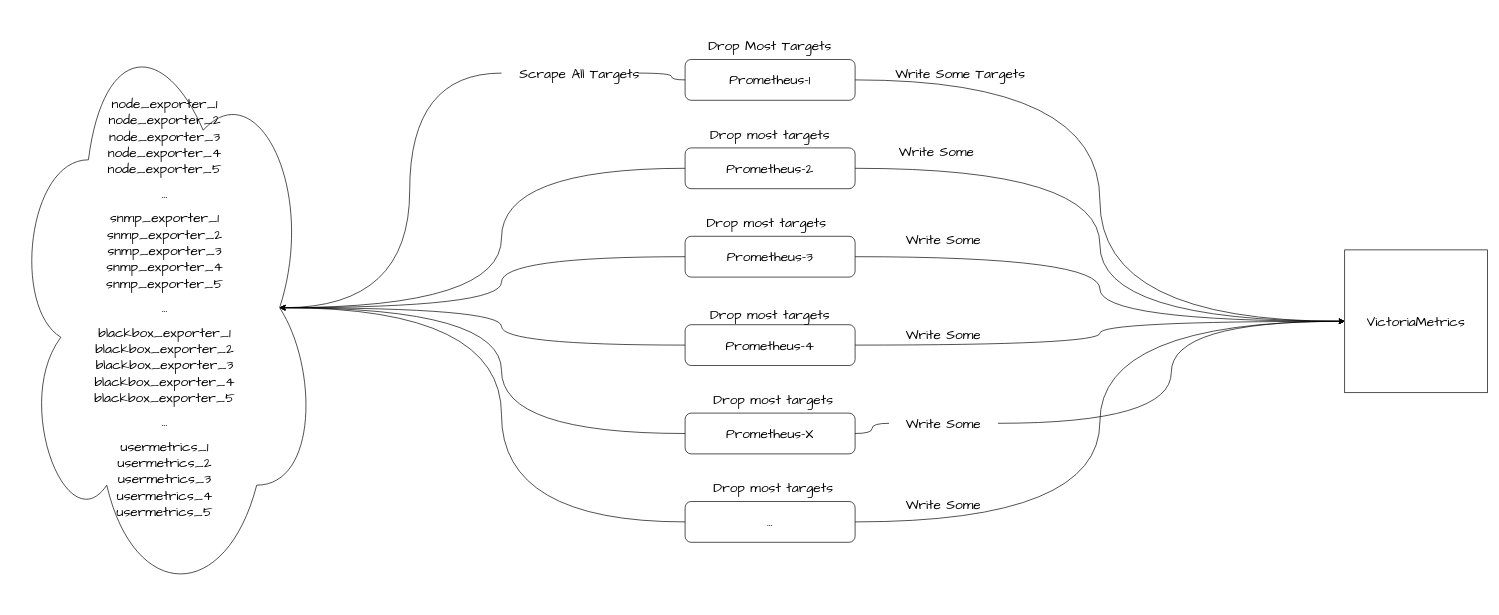
Above: 未命名绘图.drawio in mazikai002/huashan (draw.io), before the change. Source tidied: cells renumbered, new cells numbered last; positions are measured from the earlier drawing's top-left corner, leaving out a move shared by most shapes. Both pictures are drawn from the tidied source at 68%, with x=0, y=0 at pixel (12, 12).
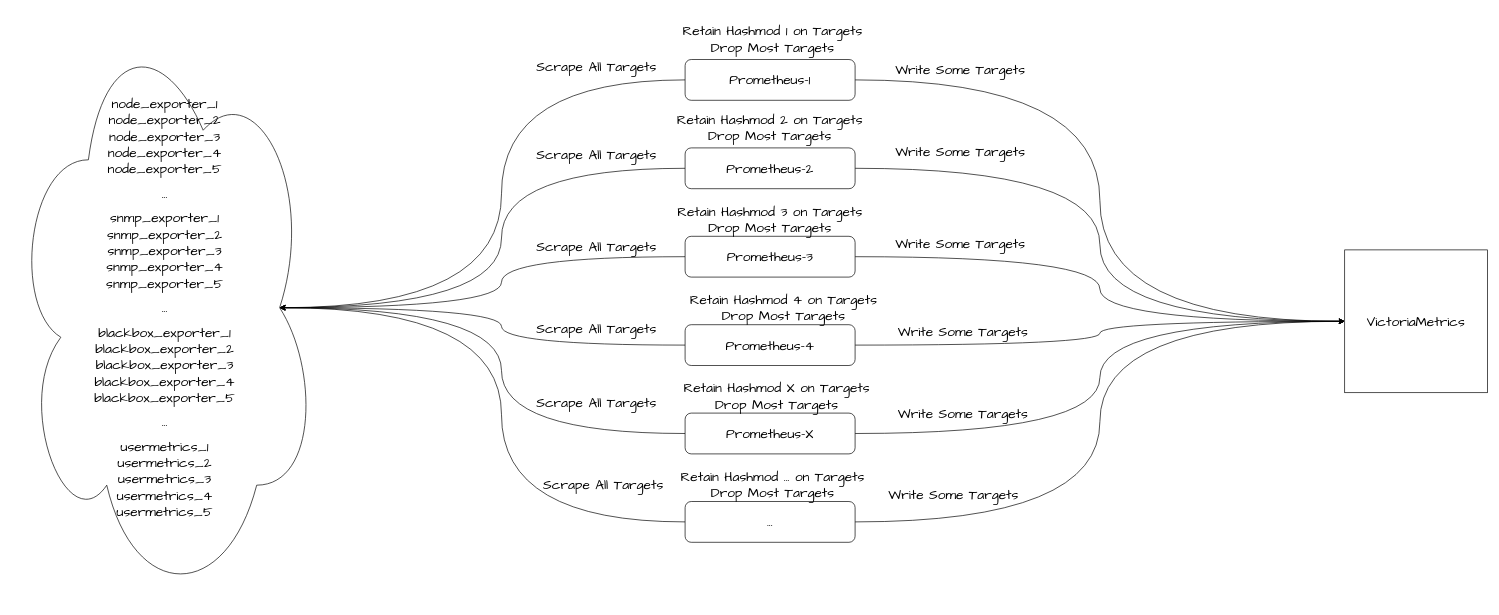
Above is the later version.

Commit message:
更新未命名绘图.drawio

The change refers to these unchanged cells:
```xml
<mxCell id="2" value="&lt;p&gt;&lt;span style=&quot;font-family: &amp;quot;Comic Sans MS&amp;quot;; font-size: 20px;&quot;&gt;node&lt;/span&gt;&lt;span style=&quot;background-color: initial; font-family: &amp;quot;Comic Sans MS&amp;quot;; font-size: 20px;&quot;&gt;_exporter_1&lt;/span&gt;&lt;span style=&quot;font-family: &amp;quot;Comic Sans MS&amp;quot;; font-size: 20px;&quot;&gt;&lt;br&gt;&lt;/span&gt;&lt;span style=&quot;font-family: &amp;quot;Comic Sans MS&amp;quot;; font-size: 20px;&quot;&gt;node&lt;/span&gt;&lt;span style=&quot;background-color: initial; font-family: &amp;quot;Comic Sans MS&amp;quot;; font-size: 20px;&quot;&gt;_exporter_2&lt;/span&gt;&lt;span style=&quot;background-color: initial; font-family: &amp;quot;Comic Sans MS&amp;quot;; font-size: 20px;&quot;&gt;&lt;br&gt;&lt;/span&gt;&lt;span style=&quot;font-family: &amp;quot;Comic Sans MS&amp;quot;; font-size: 20px;&quot;&gt;node&lt;/span&gt;&lt;span style=&quot;background-color: initial; font-family: &amp;quot;Comic Sans MS&amp;quot;; font-size: 20px;&quot;&gt;_exporter_3&lt;/span&gt;&lt;span style=&quot;font-family: &amp;quot;Comic Sans MS&amp;quot;; font-size: 20px;&quot;&gt;&lt;br&gt;&lt;/span&gt;&lt;span style=&quot;font-family: &amp;quot;Comic Sans MS&amp;quot;; font-size: 20px;&quot;&gt;node&lt;/span&gt;&lt;span style=&quot;background-color: initial; font-family: &amp;quot;Comic Sans MS&amp;quot;; font-size: 20px;&quot;&gt;_exporter&lt;/span&gt;&lt;span style=&quot;font-family: &amp;quot;Comic Sans MS&amp;quot;; font-size: 20px;&quot;&gt;_4&lt;/span&gt;&lt;span style=&quot;font-family: &amp;quot;Comic Sans MS&amp;quot;; font-size: 20px;&quot;&gt;&lt;br&gt;&lt;/span&gt;&lt;span style=&quot;font-family: &amp;quot;Comic Sans MS&amp;quot;; font-size: 20px;&quot;&gt;node&lt;/span&gt;&lt;span style=&quot;background-color: initial; font-family: &amp;quot;Comic Sans MS&amp;quot;; font-size: 20px;&quot;&gt;_exporter_5&lt;/span&gt;&lt;/p&gt;&lt;p&gt;&lt;span style=&quot;background-color: initial; font-family: &amp;quot;Comic Sans MS&amp;quot;; font-size: 20px;&quot;&gt;...&lt;/span&gt;&lt;/p&gt;&lt;p&gt;&lt;span style=&quot;font-family: &amp;quot;Comic Sans MS&amp;quot;; font-size: 20px;&quot;&gt;snmp&lt;/span&gt;&lt;span style=&quot;background-color: initial; font-family: &amp;quot;Comic Sans MS&amp;quot;; font-size: 20px;&quot;&gt;_exporter_1&lt;/span&gt;&lt;span style=&quot;font-family: &amp;quot;Comic Sans MS&amp;quot;; font-size: 20px;&quot;&gt;&lt;br&gt;&lt;/span&gt;&lt;span style=&quot;font-family: &amp;quot;Comic Sans MS&amp;quot;; font-size: 20px;&quot;&gt;snmp&lt;/span&gt;&lt;span style=&quot;background-color: initial; font-family: &amp;quot;Comic Sans MS&amp;quot;; font-size: 20px;&quot;&gt;_exporter_2&lt;/span&gt;&lt;span style=&quot;background-color: initial; font-family: &amp;quot;Comic Sans MS&amp;quot;; font-size: 20px;&quot;&gt;&lt;br&gt;&lt;/span&gt;&lt;span style=&quot;font-family: &amp;quot;Comic Sans MS&amp;quot;; font-size: 20px;&quot;&gt;snmp&lt;/span&gt;&lt;span style=&quot;background-color: initial; font-family: &amp;quot;Comic Sans MS&amp;quot;; font-size: 20px;&quot;&gt;_exporter_3&lt;/span&gt;&lt;span style=&quot;font-family: &amp;quot;Comic Sans MS&amp;quot;; font-size: 20px;&quot;&gt;&lt;br&gt;&lt;/span&gt;&lt;span style=&quot;font-family: &amp;quot;Comic Sans MS&amp;quot;; font-size: 20px;&quot;&gt;snmp&lt;/span&gt;&lt;span style=&quot;background-color: initial; font-family: &amp;quot;Comic Sans MS&amp;quot;; font-size: 20px;&quot;&gt;_exporter_4&lt;/span&gt;&lt;span style=&quot;font-family: &amp;quot;Comic Sans MS&amp;quot;; font-size: 20px;&quot;&gt;&lt;br&gt;&lt;/span&gt;&lt;span style=&quot;font-family: &amp;quot;Comic Sans MS&amp;quot;; font-size: 20px;&quot;&gt;snmp&lt;/span&gt;&lt;span style=&quot;background-color: initial; font-family: &amp;quot;Comic Sans MS&amp;quot;; font-size: 20px;&quot;&gt;_exporter_5&lt;/span&gt;&lt;br&gt;&lt;/p&gt;&lt;p&gt;&lt;span style=&quot;font-family: &amp;quot;Comic Sans MS&amp;quot;; font-size: 20px;&quot;&gt;...&lt;/span&gt;&lt;br&gt;&lt;/p&gt;&lt;p&gt;&lt;/p&gt;&lt;span style=&quot;font-family: &amp;quot;Comic Sans MS&amp;quot;; font-size: 20px;&quot;&gt;blackbox&lt;/span&gt;&lt;span style=&quot;font-family: &amp;quot;Comic Sans MS&amp;quot;; font-size: 20px; background-color: initial;&quot;&gt;_exporter_1&lt;/span&gt;&lt;span style=&quot;font-family: &amp;quot;Comic Sans MS&amp;quot;; font-size: 20px;&quot;&gt;&lt;br&gt;&lt;/span&gt;&lt;span style=&quot;font-family: &amp;quot;Comic Sans MS&amp;quot;; font-size: 20px;&quot;&gt;blackbox&lt;/span&gt;&lt;span style=&quot;font-family: &amp;quot;Comic Sans MS&amp;quot;; font-size: 20px; background-color: initial;&quot;&gt;_exporter_2&lt;br&gt;&lt;/span&gt;&lt;span style=&quot;font-family: &amp;quot;Comic Sans MS&amp;quot;; font-size: 20px;&quot;&gt;blackbox&lt;/span&gt;&lt;span style=&quot;background-color: initial; font-family: &amp;quot;Comic Sans MS&amp;quot;; font-size: 20px;&quot;&gt;_exporter_3&lt;/span&gt;&lt;span style=&quot;font-family: &amp;quot;Comic Sans MS&amp;quot;; font-size: 20px;&quot;&gt;&lt;br&gt;&lt;/span&gt;&lt;span style=&quot;font-family: &amp;quot;Comic Sans MS&amp;quot;; font-size: 20px;&quot;&gt;blackbox&lt;/span&gt;&lt;span style=&quot;background-color: initial; font-family: &amp;quot;Comic Sans MS&amp;quot;; font-size: 20px;&quot;&gt;_exporter_4&lt;/span&gt;&lt;span style=&quot;font-family: &amp;quot;Comic Sans MS&amp;quot;; font-size: 20px;&quot;&gt;&lt;br&gt;&lt;/span&gt;&lt;span style=&quot;font-family: &amp;quot;Comic Sans MS&amp;quot;; font-size: 20px;&quot;&gt;blackbox&lt;/span&gt;&lt;span style=&quot;background-color: initial; font-family: &amp;quot;Comic Sans MS&amp;quot;; font-size: 20px;&quot;&gt;_exporter_5&lt;/span&gt;&lt;span style=&quot;font-family: &amp;quot;Comic Sans MS&amp;quot;; font-size: 20px;&quot;&gt;&lt;br&gt;&lt;/span&gt;&lt;p&gt;&lt;span style=&quot;font-family: &amp;quot;Comic Sans MS&amp;quot;; font-size: 20px;&quot;&gt;...&lt;/span&gt;&lt;br&gt;&lt;/p&gt;&lt;p&gt;&lt;span style=&quot;background-color: initial; font-family: &amp;quot;Comic Sans MS&amp;quot;; font-size: 20px;&quot;&gt;usermetrics_1&lt;/span&gt;&lt;span style=&quot;font-family: &amp;quot;Comic Sans MS&amp;quot;; font-size: 20px;&quot;&gt;&lt;br&gt;&lt;/span&gt;&lt;span style=&quot;font-family: &amp;quot;Comic Sans MS&amp;quot;; font-size: 20px;&quot;&gt;usermetrics&lt;/span&gt;&lt;span style=&quot;background-color: initial; font-family: &amp;quot;Comic Sans MS&amp;quot;; font-size: 20px;&quot;&gt;_2&lt;br&gt;&lt;/span&gt;&lt;span style=&quot;font-family: &amp;quot;Comic Sans MS&amp;quot;; font-size: 20px;&quot;&gt;usermetrics&lt;/span&gt;&lt;span style=&quot;background-color: initial; font-family: &amp;quot;Comic Sans MS&amp;quot;; font-size: 20px;&quot;&gt;_3&lt;/span&gt;&lt;span style=&quot;font-family: &amp;quot;Comic Sans MS&amp;quot;; font-size: 20px;&quot;&gt;&lt;br&gt;&lt;/span&gt;&lt;span style=&quot;font-family: &amp;quot;Comic Sans MS&amp;quot;; font-size: 20px;&quot;&gt;usermetrics&lt;/span&gt;&lt;span style=&quot;background-color: initial; font-family: &amp;quot;Comic Sans MS&amp;quot;; font-size: 20px;&quot;&gt;_4&lt;/span&gt;&lt;span style=&quot;font-family: &amp;quot;Comic Sans MS&amp;quot;; font-size: 20px;&quot;&gt;&lt;br&gt;&lt;/span&gt;&lt;span style=&quot;font-family: &amp;quot;Comic Sans MS&amp;quot;; font-size: 20px;&quot;&gt;usermetrics&lt;/span&gt;&lt;span style=&quot;background-color: initial; font-family: &amp;quot;Comic Sans MS&amp;quot;; font-size: 20px;&quot;&gt;_5&lt;/span&gt;&lt;br&gt;&lt;/p&gt;" style="ellipse;shape=cloud;whiteSpace=wrap;html=1;" parent="1" vertex="1">
  <mxGeometry width="450" height="870" as="geometry" />
</mxCell>
<mxCell id="5" value="Prometheus-1" style="rounded=1;whiteSpace=wrap;html=1;fontFamily=Comic Sans MS;fontSize=20;" parent="1" vertex="1">
  <mxGeometry x="990" y="70" width="250" height="60" as="geometry" />
</mxCell>
<mxCell id="17" value="Prometheus-X" style="rounded=1;whiteSpace=wrap;html=1;fontFamily=Comic Sans MS;fontSize=20;" parent="1" vertex="1">
  <mxGeometry x="990" y="590" width="250" height="60" as="geometry" />
</mxCell>
<mxCell id="21" value="VictoriaMetrics" style="whiteSpace=wrap;html=1;fontFamily=Comic Sans MS;fontSize=20;" parent="1" vertex="1">
  <mxGeometry x="1960" y="350" width="210" height="210" as="geometry" />
</mxCell>
```

The edit, as a diff of the source:
```diff
@@
-    <mxCell id="4" style="edgeStyle=orthogonalEdgeStyle;curved=1;rounded=0;jettySize=auto;html=1;exitX=0;exitY=0.5;exitDx=0;exitDy=0;entryX=0.875;entryY=0.5;entryDx=0;entryDy=0;entryPerimeter=0;fontFamily=Comic Sans MS;fontSize=20;startArrow=none;" parent="1" edge="1" source="35" target="2">
-      <mxGeometry relative="1" as="geometry" />
-    </mxCell>
+    <mxCell id="37" style="edgeStyle=orthogonalEdgeStyle;curved=1;rounded=0;jettySize=auto;html=1;exitX=0;exitY=0.5;exitDx=0;exitDy=0;entryX=0.875;entryY=0.5;entryDx=0;entryDy=0;entryPerimeter=0;fontFamily=Comic Sans MS;fontSize=20;" parent="1" edge="1" source="5" target="2">
+      <mxGeometry relative="1" as="geometry" />
+    </mxCell>
@@
-    <mxCell id="15" style="edgeStyle=orthogonalEdgeStyle;curved=1;rounded=0;jettySize=auto;html=1;exitX=1;exitY=0.5;exitDx=0;exitDy=0;entryX=0;entryY=0.5;entryDx=0;entryDy=0;fontFamily=Comic Sans MS;fontSize=20;startArrow=none;" parent="1" edge="1" source="32" target="21">
-      <mxGeometry relative="1" as="geometry" />
-    </mxCell>
@@
+    <mxCell id="38" style="edgeStyle=orthogonalEdgeStyle;curved=1;rounded=0;jettySize=auto;html=1;exitX=1;exitY=0.5;exitDx=0;exitDy=0;entryX=0;entryY=0.5;entryDx=0;entryDy=0;fontFamily=Comic Sans MS;fontSize=20;" parent="1" edge="1" source="17" target="21">
+      <mxGeometry relative="1" as="geometry" />
+    </mxCell>
@@
     <mxCell id="22" value="Write Some Targets" style="text;html=1;strokeColor=none;fillColor=none;align=center;verticalAlign=middle;whiteSpace=wrap;rounded=0;fontFamily=Comic Sans MS;fontSize=20;" parent="1" vertex="1">
-      <mxGeometry x="1270" y="70" width="250" height="40" as="geometry" />
+      <mxGeometry x="1270" y="75" width="250" height="20" as="geometry" />
     </mxCell>
-    <mxCell id="23" value="Drop Most Targets" style="text;html=1;strokeColor=none;fillColor=none;align=center;verticalAlign=middle;whiteSpace=wrap;rounded=0;fontFamily=Comic Sans MS;fontSize=20;" parent="1" vertex="1">
-      <mxGeometry x="1005" y="40" width="220" height="20" as="geometry" />
+    <mxCell id="23" value="&lt;div style=&quot;text-align: left;&quot;&gt;&lt;/div&gt;Retain Hashmod 1 on Targets&lt;br&gt;Drop Most Targets" style="text;html=1;strokeColor=none;fillColor=none;align=center;verticalAlign=middle;whiteSpace=wrap;rounded=0;fontFamily=Comic Sans MS;fontSize=20;" parent="1" vertex="1">
+      <mxGeometry x="964" y="15" width="310" height="50" as="geometry" />
     </mxCell>
-    <mxCell id="24" value="Drop most targets" style="text;html=1;strokeColor=none;fillColor=none;align=center;verticalAlign=middle;whiteSpace=wrap;rounded=0;fontFamily=Comic Sans MS;fontSize=20;" parent="1" vertex="1">
-      <mxGeometry x="1005" y="170" width="220" height="20" as="geometry" />
-    </mxCell>
-    <mxCell id="25" value="Drop most targets" style="text;html=1;strokeColor=none;fillColor=none;align=center;verticalAlign=middle;whiteSpace=wrap;rounded=0;fontFamily=Comic Sans MS;fontSize=20;" parent="1" vertex="1">
-      <mxGeometry x="1000" y="300" width="220" height="20" as="geometry" />
-    </mxCell>
-    <mxCell id="26" value="Drop most targets" style="text;html=1;strokeColor=none;fillColor=none;align=center;verticalAlign=middle;whiteSpace=wrap;rounded=0;fontFamily=Comic Sans MS;fontSize=20;" parent="1" vertex="1">
-      <mxGeometry x="1005" y="435" width="220" height="20" as="geometry" />
-    </mxCell>
-    <mxCell id="27" value="Drop most targets" style="text;html=1;strokeColor=none;fillColor=none;align=center;verticalAlign=middle;whiteSpace=wrap;rounded=0;fontFamily=Comic Sans MS;fontSize=20;" parent="1" vertex="1">
-      <mxGeometry x="1010" y="560" width="220" height="20" as="geometry" />
-    </mxCell>
-    <mxCell id="28" value="Drop most targets" style="text;html=1;strokeColor=none;fillColor=none;align=center;verticalAlign=middle;whiteSpace=wrap;rounded=0;fontFamily=Comic Sans MS;fontSize=20;" parent="1" vertex="1">
-      <mxGeometry x="1010" y="690" width="220" height="20" as="geometry" />
-    </mxCell>
-    <mxCell id="29" value="Write Some" style="text;html=1;strokeColor=none;fillColor=none;align=center;verticalAlign=middle;whiteSpace=wrap;rounded=0;fontFamily=Comic Sans MS;fontSize=20;" parent="1" vertex="1">
-      <mxGeometry x="1280" y="190" width="160" height="30" as="geometry" />
-    </mxCell>
-    <mxCell id="30" value="Write Some" style="text;html=1;strokeColor=none;fillColor=none;align=center;verticalAlign=middle;whiteSpace=wrap;rounded=0;fontFamily=Comic Sans MS;fontSize=20;" parent="1" vertex="1">
-      <mxGeometry x="1290" y="320" width="160" height="30" as="geometry" />
-    </mxCell>
-    <mxCell id="31" value="Write Some" style="text;html=1;strokeColor=none;fillColor=none;align=center;verticalAlign=middle;whiteSpace=wrap;rounded=0;fontFamily=Comic Sans MS;fontSize=20;" parent="1" vertex="1">
-      <mxGeometry x="1290" y="460" width="160" height="30" as="geometry" />
-    </mxCell>
-    <mxCell id="32" value="Write Some" style="text;html=1;strokeColor=none;fillColor=none;align=center;verticalAlign=middle;whiteSpace=wrap;rounded=0;fontFamily=Comic Sans MS;fontSize=20;" parent="1" vertex="1">
-      <mxGeometry x="1290" y="590" width="160" height="30" as="geometry" />
-    </mxCell>
-    <mxCell id="33" style="edgeStyle=orthogonalEdgeStyle;curved=1;rounded=0;jettySize=auto;html=1;exitX=1;exitY=0.5;exitDx=0;exitDy=0;entryX=0;entryY=0.5;entryDx=0;entryDy=0;fontFamily=Comic Sans MS;fontSize=20;endArrow=none;" parent="1" edge="1" source="17" target="32">
-      <mxGeometry relative="1" as="geometry" />
-    </mxCell>
-    <mxCell id="34" value="Write Some" style="text;html=1;strokeColor=none;fillColor=none;align=center;verticalAlign=middle;whiteSpace=wrap;rounded=0;fontFamily=Comic Sans MS;fontSize=20;" parent="1" vertex="1">
-      <mxGeometry x="1290" y="710" width="160" height="30" as="geometry" />
-    </mxCell>
-    <mxCell id="35" value="Scrape All Targets" style="text;html=1;strokeColor=none;fillColor=none;align=center;verticalAlign=middle;whiteSpace=wrap;rounded=0;fontFamily=Comic Sans MS;fontSize=20;" parent="1" vertex="1">
-      <mxGeometry x="720" y="80" width="230" height="20" as="geometry" />
-    </mxCell>
-    <mxCell id="36" style="edgeStyle=orthogonalEdgeStyle;curved=1;rounded=0;jettySize=auto;html=1;exitX=0;exitY=0.5;exitDx=0;exitDy=0;entryX=0.875;entryY=0.5;entryDx=0;entryDy=0;entryPerimeter=0;fontFamily=Comic Sans MS;fontSize=20;endArrow=none;" parent="1" edge="1" source="5" target="35">
-      <mxGeometry relative="1" as="geometry" />
-    </mxCell>
+    <mxCell id="39" style="edgeStyle=orthogonalEdgeStyle;curved=1;rounded=0;orthogonalLoop=1;jettySize=auto;html=1;exitX=0.5;exitY=1;exitDx=0;exitDy=0;fontFamily=Comic Sans MS;fontSize=20;" parent="1" edge="1" source="22" target="22">
+      <mxGeometry relative="1" as="geometry" />
+    </mxCell>
+    <mxCell id="40" value="Write Some Targets" style="text;html=1;strokeColor=none;fillColor=none;align=center;verticalAlign=middle;whiteSpace=wrap;rounded=0;fontFamily=Comic Sans MS;fontSize=20;" parent="1" vertex="1">
+      <mxGeometry x="1270" y="195" width="250" height="20" as="geometry" />
+    </mxCell>
+    <mxCell id="41" value="Write Some Targets" style="text;html=1;strokeColor=none;fillColor=none;align=center;verticalAlign=middle;whiteSpace=wrap;rounded=0;fontFamily=Comic Sans MS;fontSize=20;" parent="1" vertex="1">
+      <mxGeometry x="1270" y="330" width="250" height="20" as="geometry" />
+    </mxCell>
+    <mxCell id="42" value="Write Some Targets" style="text;html=1;strokeColor=none;fillColor=none;align=center;verticalAlign=middle;whiteSpace=wrap;rounded=0;fontFamily=Comic Sans MS;fontSize=20;" parent="1" vertex="1">
+      <mxGeometry x="1274" y="460" width="250" height="20" as="geometry" />
+    </mxCell>
+    <mxCell id="43" value="Write Some Targets" style="text;html=1;strokeColor=none;fillColor=none;align=center;verticalAlign=middle;whiteSpace=wrap;rounded=0;fontFamily=Comic Sans MS;fontSize=20;" parent="1" vertex="1">
+      <mxGeometry x="1274" y="580" width="250" height="20" as="geometry" />
+    </mxCell>
+    <mxCell id="44" value="Write Some Targets" style="text;html=1;strokeColor=none;fillColor=none;align=center;verticalAlign=middle;whiteSpace=wrap;rounded=0;fontFamily=Comic Sans MS;fontSize=20;" parent="1" vertex="1">
+      <mxGeometry x="1260" y="700" width="250" height="20" as="geometry" />
+    </mxCell>
+    <mxCell id="45" value="Scrape All Targets" style="text;html=1;strokeColor=none;fillColor=none;align=center;verticalAlign=middle;whiteSpace=wrap;rounded=0;fontFamily=Comic Sans MS;fontSize=20;rotation=0;" parent="1" vertex="1">
+      <mxGeometry x="760" y="65" width="200" height="30" as="geometry" />
+    </mxCell>
+    <mxCell id="46" value="Scrape All Targets" style="text;html=1;strokeColor=none;fillColor=none;align=center;verticalAlign=middle;whiteSpace=wrap;rounded=0;fontFamily=Comic Sans MS;fontSize=20;rotation=0;" parent="1" vertex="1">
+      <mxGeometry x="760" y="195" width="200" height="30" as="geometry" />
+    </mxCell>
+    <mxCell id="47" value="Scrape All Targets" style="text;html=1;strokeColor=none;fillColor=none;align=center;verticalAlign=middle;whiteSpace=wrap;rounded=0;fontFamily=Comic Sans MS;fontSize=20;rotation=0;" parent="1" vertex="1">
+      <mxGeometry x="760" y="330" width="200" height="30" as="geometry" />
+    </mxCell>
+    <mxCell id="48" value="Scrape All Targets" style="text;html=1;strokeColor=none;fillColor=none;align=center;verticalAlign=middle;whiteSpace=wrap;rounded=0;fontFamily=Comic Sans MS;fontSize=20;rotation=0;" parent="1" vertex="1">
+      <mxGeometry x="760" y="450" width="200" height="30" as="geometry" />
+    </mxCell>
+    <mxCell id="49" value="Scrape All Targets" style="text;html=1;strokeColor=none;fillColor=none;align=center;verticalAlign=middle;whiteSpace=wrap;rounded=0;fontFamily=Comic Sans MS;fontSize=20;rotation=0;" parent="1" vertex="1">
+      <mxGeometry x="760" y="560" width="200" height="30" as="geometry" />
+    </mxCell>
+    <mxCell id="50" value="Scrape All Targets" style="text;html=1;strokeColor=none;fillColor=none;align=center;verticalAlign=middle;whiteSpace=wrap;rounded=0;fontFamily=Comic Sans MS;fontSize=20;rotation=0;" parent="1" vertex="1">
+      <mxGeometry x="770" y="680" width="200" height="30" as="geometry" />
+    </mxCell>
+    <mxCell id="51" style="edgeStyle=orthogonalEdgeStyle;curved=1;rounded=0;orthogonalLoop=1;jettySize=auto;html=1;exitX=0.5;exitY=1;exitDx=0;exitDy=0;fontFamily=Comic Sans MS;fontSize=20;" parent="1" edge="1" source="42" target="42">
+      <mxGeometry relative="1" as="geometry" />
+    </mxCell>
+    <mxCell id="52" value="&lt;div style=&quot;text-align: left;&quot;&gt;&lt;/div&gt;Retain Hashmod 2 on Targets&lt;br&gt;Drop Most Targets" style="text;html=1;strokeColor=none;fillColor=none;align=center;verticalAlign=middle;whiteSpace=wrap;rounded=0;fontFamily=Comic Sans MS;fontSize=20;" parent="1" vertex="1">
+      <mxGeometry x="960" y="145" width="310" height="50" as="geometry" />
+    </mxCell>
+    <mxCell id="53" value="&lt;div style=&quot;text-align: left;&quot;&gt;&lt;/div&gt;Retain Hashmod 3 on Targets&lt;br&gt;Drop Most Targets" style="text;html=1;strokeColor=none;fillColor=none;align=center;verticalAlign=middle;whiteSpace=wrap;rounded=0;fontFamily=Comic Sans MS;fontSize=20;" parent="1" vertex="1">
+      <mxGeometry x="960" y="280" width="310" height="50" as="geometry" />
+    </mxCell>
+    <mxCell id="54" value="&lt;div style=&quot;text-align: left;&quot;&gt;&lt;/div&gt;Retain Hashmod 4 on Targets&lt;br&gt;Drop Most Targets" style="text;html=1;strokeColor=none;fillColor=none;align=center;verticalAlign=middle;whiteSpace=wrap;rounded=0;fontFamily=Comic Sans MS;fontSize=20;" parent="1" vertex="1">
+      <mxGeometry x="980" y="410" width="310" height="50" as="geometry" />
+    </mxCell>
+    <mxCell id="55" value="&lt;div style=&quot;text-align: left;&quot;&gt;&lt;/div&gt;Retain Hashmod X on Targets&lt;br&gt;Drop Most Targets" style="text;html=1;strokeColor=none;fillColor=none;align=center;verticalAlign=middle;whiteSpace=wrap;rounded=0;fontFamily=Comic Sans MS;fontSize=20;" parent="1" vertex="1">
+      <mxGeometry x="970" y="540" width="310" height="50" as="geometry" />
+    </mxCell>
+    <mxCell id="56" value="&lt;div style=&quot;text-align: left;&quot;&gt;&lt;/div&gt;Retain Hashmod ... on Targets&lt;br&gt;Drop Most Targets" style="text;html=1;strokeColor=none;fillColor=none;align=center;verticalAlign=middle;whiteSpace=wrap;rounded=0;fontFamily=Comic Sans MS;fontSize=20;" parent="1" vertex="1">
+      <mxGeometry x="964" y="670" width="310" height="50" as="geometry" />
+    </mxCell>
```
